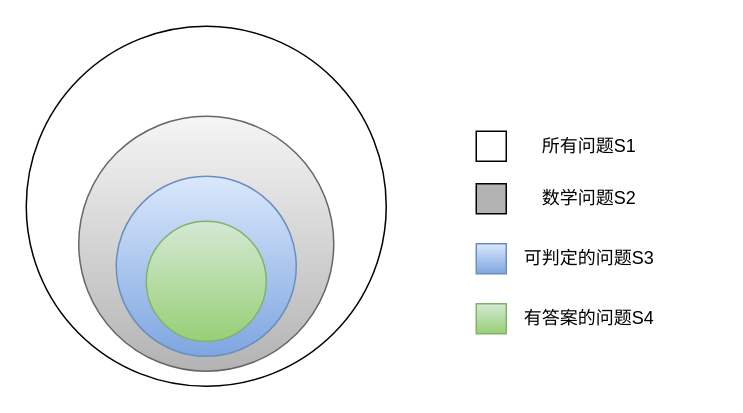
Earlier version of the draw.io diagram 画图.drawio (weligood/git-demo). Source tidied: cells renumbered, new cells numbered last; positions are measured from the earlier drawing's top-left corner, leaving out a move shared by most shapes. Both pictures are drawn from the tidied source at 150%, with x=0, y=0 at pixel (26, 26).
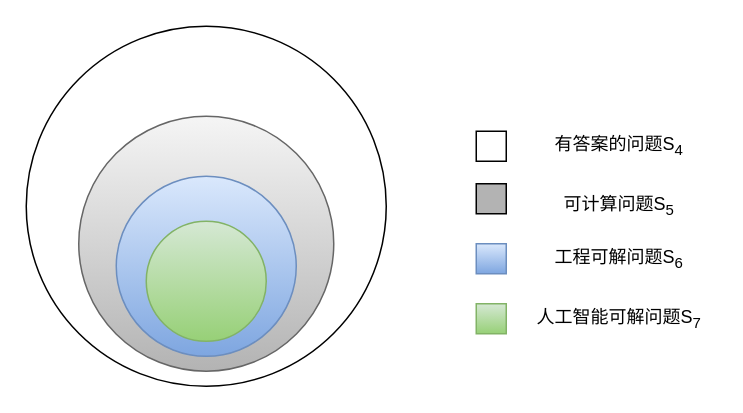
After the change.

Commit message:
人工智能可解问题只是有答案的问题中很少的一部分.drawio

What changed in the source:
```diff
@@
 <mxGraphModel>
   <root>
     <mxCell id="0" />
     <mxCell id="1" parent="0" />
     <mxCell id="2" style="ellipse;whiteSpace=wrap;html=1;" parent="1" vertex="1">
       <mxGeometry width="240" height="240" as="geometry" />
     </mxCell>
-    <mxCell id="3" style="ellipse;whiteSpace=wrap;html=1;fillColor=#f5f5f5;strokeColor=#666666;gradientColor=#b3b3b3;" parent="1" vertex="1">
+    <mxCell id="3" style="ellipse;whiteSpace=wrap;html=1;fillColor=#f5f5f5;strokeColor=#666666;gradientColor=#b3b3b3;shadow=0;" parent="1" vertex="1">
       <mxGeometry x="35" y="60" width="170" height="170" as="geometry" />
     </mxCell>
     <mxCell id="4" style="ellipse;whiteSpace=wrap;html=1;fillColor=#dae8fc;strokeColor=#6c8ebf;gradientColor=#7ea6e0;" parent="1" vertex="1">
       <mxGeometry x="60" y="100" width="120" height="120" as="geometry" />
     </mxCell>
     <mxCell id="5" style="ellipse;whiteSpace=wrap;html=1;fillColor=#d5e8d4;strokeColor=#82b366;gradientColor=#97d077;" parent="1" vertex="1">
       <mxGeometry x="80" y="130" width="80" height="80" as="geometry" />
     </mxCell>
     <mxCell id="6" style="whiteSpace=wrap;html=1;" parent="1" vertex="1">
       <mxGeometry x="300" y="70" width="20" height="20" as="geometry" />
     </mxCell>
-    <mxCell id="7" value="所有问题S1" style="text;html=1;align=center;verticalAlign=middle;strokeColor=none;fillColor=none;" parent="1" vertex="1">
-      <mxGeometry x="330" y="65" width="90" height="30" as="geometry" />
+    <mxCell id="7" value="有答案的问题S&lt;sub&gt;4&lt;/sub&gt;" style="text;html=1;align=center;verticalAlign=middle;strokeColor=none;fillColor=none;" parent="1" vertex="1">
+      <mxGeometry x="340" y="65" width="110" height="30" as="geometry" />
     </mxCell>
     <mxCell id="8" style="whiteSpace=wrap;html=1;fillColor=#B3B3B3;" parent="1" vertex="1">
       <mxGeometry x="300" y="105" width="20" height="20" as="geometry" />
     </mxCell>
-    <mxCell id="9" value="数学问题S2" style="text;html=1;align=center;verticalAlign=middle;strokeColor=none;fillColor=none;" parent="1" vertex="1">
-      <mxGeometry x="330" y="100" width="90" height="30" as="geometry" />
+    <mxCell id="9" value="可计算问题S&lt;sub&gt;5&lt;/sub&gt;" style="text;html=1;align=center;verticalAlign=middle;strokeColor=none;fillColor=none;" parent="1" vertex="1">
+      <mxGeometry x="345" y="105" width="100" height="30" as="geometry" />
     </mxCell>
     <mxCell id="10" style="whiteSpace=wrap;html=1;fillColor=#dae8fc;gradientColor=#7ea6e0;strokeColor=#6c8ebf;" parent="1" vertex="1">
       <mxGeometry x="300" y="145" width="20" height="20" as="geometry" />
     </mxCell>
-    <mxCell id="11" value="可判定的问题S3" style="text;html=1;align=center;verticalAlign=middle;strokeColor=none;fillColor=none;" parent="1" vertex="1">
-      <mxGeometry x="320" y="140" width="110" height="30" as="geometry" />
+    <mxCell id="11" value="工程可解问题S&lt;sub&gt;6&lt;/sub&gt;" style="text;html=1;align=center;verticalAlign=middle;strokeColor=none;fillColor=none;" parent="1" vertex="1">
+      <mxGeometry x="340" y="140" width="110" height="30" as="geometry" />
     </mxCell>
     <mxCell id="12" style="whiteSpace=wrap;html=1;fillColor=#d5e8d4;gradientColor=#97d077;strokeColor=#82b366;" parent="1" vertex="1">
       <mxGeometry x="300" y="185" width="20" height="20" as="geometry" />
     </mxCell>
-    <mxCell id="13" value="有答案的问题S4" style="text;html=1;align=center;verticalAlign=middle;strokeColor=none;fillColor=none;" parent="1" vertex="1">
-      <mxGeometry x="320" y="180" width="110" height="30" as="geometry" />
+    <mxCell id="13" value="人工智能可解问题S&lt;sub&gt;7&lt;/sub&gt;" style="text;html=1;align=center;verticalAlign=middle;strokeColor=none;fillColor=none;" parent="1" vertex="1">
+      <mxGeometry x="330" y="180" width="130" height="30" as="geometry" />
     </mxCell>
   </root>
 </mxGraphModel>
```
